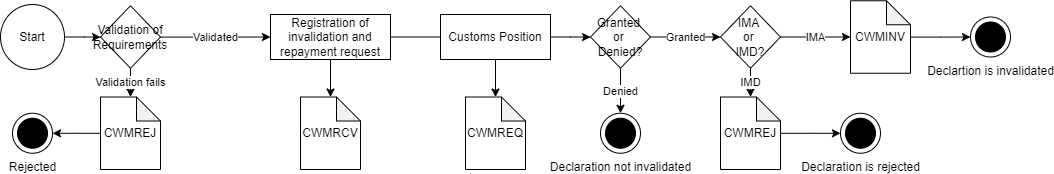
The draw.io diagram Flows/invalidation_and_repayment.png in skat/dms-public, before a commit. Source tidied: cells renumbered, new cells last; positions are measured from the earlier drawing's top-left corner, leaving out a move shared by most shapes.
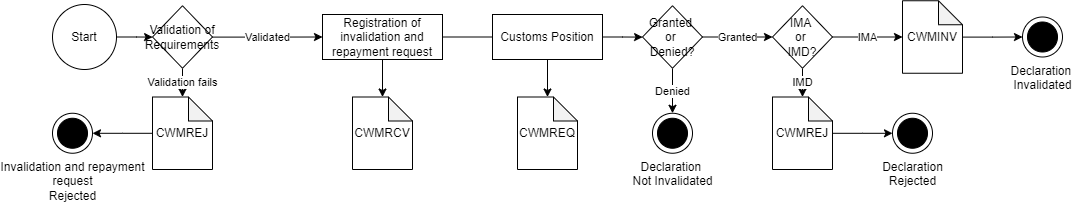
Later version of the same file.

Change to the diagram source:
```diff
@@ -2,8 +2,8 @@
   <root>
     <mxCell id="0" />
     <mxCell id="1" parent="0" />
-    <mxCell id="2" value="Rejected" style="shape=mxgraph.sysml.actFinal;html=1;verticalLabelPosition=bottom;labelBackgroundColor=#ffffff;verticalAlign=top;" parent="1" vertex="1">
-      <mxGeometry x="12" y="112.8" width="40" height="40" as="geometry" />
+    <mxCell id="2" value="Invalidation and repayment&lt;br&gt;request&lt;br&gt;Rejected" style="shape=mxgraph.sysml.actFinal;html=1;verticalLabelPosition=bottom;labelBackgroundColor=#ffffff;verticalAlign=top;" parent="1" vertex="1">
+      <mxGeometry y="112.8" width="40" height="40" as="geometry" />
     </mxCell>
     <mxCell id="3" style="edgeStyle=orthogonalEdgeStyle;rounded=0;jettySize=auto;html=1;" parent="1" edge="1" source="4" target="11">
       <mxGeometry relative="1" as="geometry" />
@@ -26,7 +26,7 @@
     <mxCell id="9" value="Validation of Requirements" style="rhombus;whiteSpace=wrap;html=1;" parent="1" vertex="1">
       <mxGeometry x="100" y="5.2" width="60" height="62.5" as="geometry" />
     </mxCell>
-    <mxCell id="10" value="Declartion is invalidated" style="shape=mxgraph.sysml.actFinal;html=1;verticalLabelPosition=bottom;labelBackgroundColor=#ffffff;verticalAlign=top;" parent="1" vertex="1">
+    <mxCell id="10" value="Declaration &lt;br&gt;Invalidated" style="shape=mxgraph.sysml.actFinal;html=1;verticalLabelPosition=bottom;labelBackgroundColor=#ffffff;verticalAlign=top;" parent="1" vertex="1">
       <mxGeometry x="970" y="16.5" width="40" height="40" as="geometry" />
     </mxCell>
     <mxCell id="11" value="CWMRCV" style="shape=note;whiteSpace=wrap;html=1;backgroundOutline=1;darkOpacity=0.05;size=24;" parent="1" vertex="1">
@@ -53,7 +53,7 @@
     <mxCell id="18" value="IMA&amp;nbsp;&lt;br&gt;or&amp;nbsp;&lt;br&gt;IMD?" style="rhombus;whiteSpace=wrap;html=1;" parent="1" vertex="1">
       <mxGeometry x="720" y="5.2" width="60" height="62.5" as="geometry" />
     </mxCell>
-    <mxCell id="19" value="Declaration is rejected" style="shape=mxgraph.sysml.actFinal;html=1;verticalLabelPosition=bottom;labelBackgroundColor=#ffffff;verticalAlign=top;" parent="1" vertex="1">
+    <mxCell id="19" value="Declaration&lt;br&gt;Rejected" style="shape=mxgraph.sysml.actFinal;html=1;verticalLabelPosition=bottom;labelBackgroundColor=#ffffff;verticalAlign=top;" parent="1" vertex="1">
       <mxGeometry x="840" y="112.8" width="40" height="40" as="geometry" />
     </mxCell>
     <mxCell id="20" style="edgeStyle=orthogonalEdgeStyle;rounded=0;jettySize=auto;html=1;" parent="1" edge="1" source="21" target="19">
@@ -86,7 +86,7 @@
     <mxCell id="29" value="Granted&amp;nbsp;&lt;br&gt;or&amp;nbsp;&lt;br&gt;Denied?" style="rhombus;whiteSpace=wrap;html=1;" parent="1" vertex="1">
       <mxGeometry x="590" y="5.2" width="60" height="62.5" as="geometry" />
     </mxCell>
-    <mxCell id="30" value="Declaration not invalidated" style="shape=mxgraph.sysml.actFinal;html=1;verticalLabelPosition=bottom;labelBackgroundColor=#ffffff;verticalAlign=top;" parent="1" vertex="1">
+    <mxCell id="30" value="Declaration &lt;br&gt;Not Invalidated" style="shape=mxgraph.sysml.actFinal;html=1;verticalLabelPosition=bottom;labelBackgroundColor=#ffffff;verticalAlign=top;" parent="1" vertex="1">
       <mxGeometry x="600" y="112.8" width="40" height="40" as="geometry" />
     </mxCell>
   </root>
```
